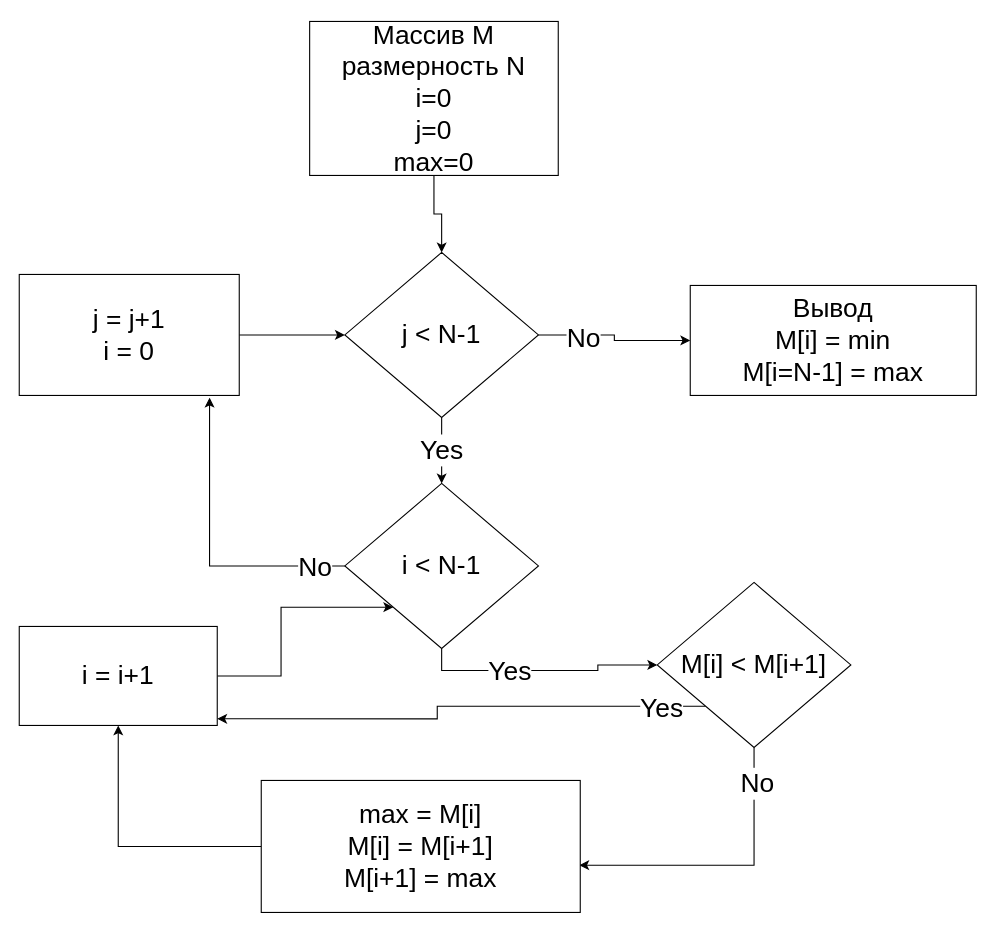
Lego944/GB keeps this draw.io diagram as Задание 1. Мин Макс массива.drawio. Above is the earlier version. Source tidied: cells renumbered, new cells numbered last; positions are measured from the earlier drawing's top-left corner, leaving out a move shared by most shapes. Both pictures are drawn from the tidied source at 110%, with x=0, y=0 at pixel (19, 21).
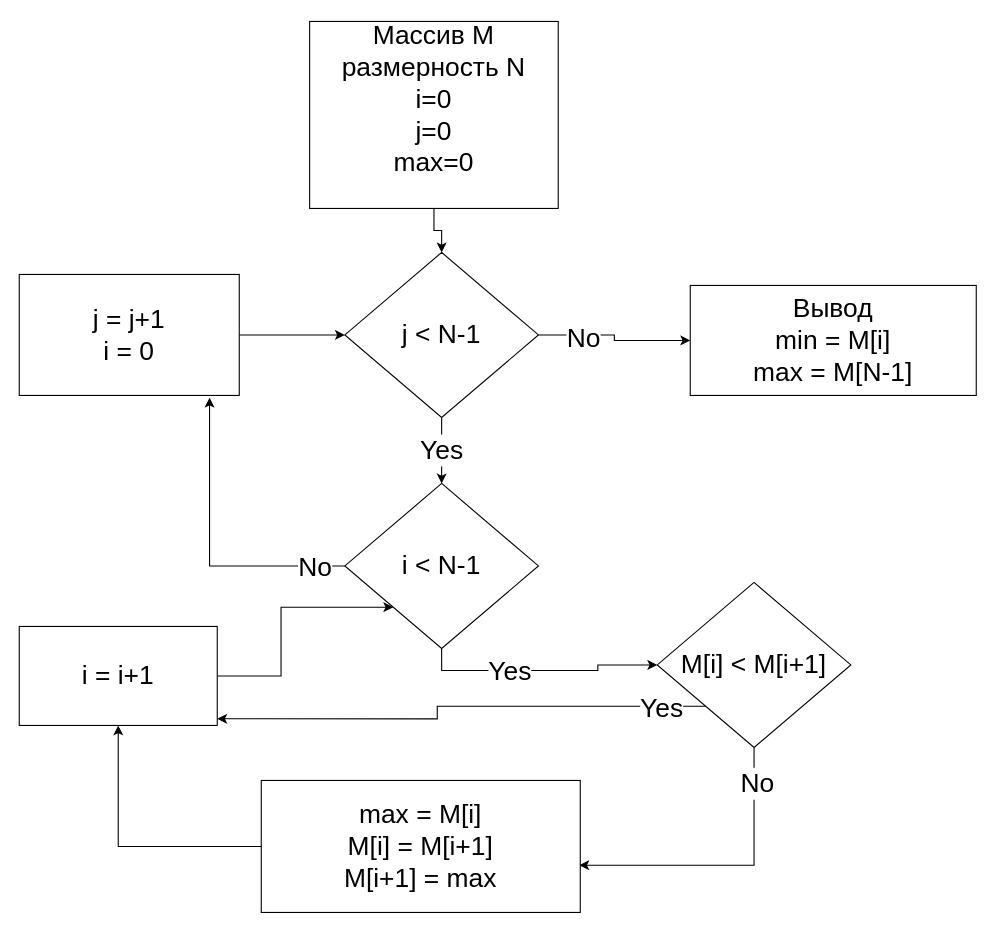
Above is the later version.

Diff of the diagram source:
```diff
@@
-    <mxCell id="3" value="&lt;font style=&quot;font-size: 24px;&quot;&gt;Массив M&lt;br&gt;размерность N&lt;br&gt;i=0&lt;br&gt;j=0&lt;br&gt;max=0&lt;br&gt;&lt;/font&gt;" style="rounded=0;whiteSpace=wrap;html=1;" parent="1" vertex="1">
-      <mxGeometry x="264" width="226" height="140" as="geometry" />
+    <mxCell id="3" value="&lt;font style=&quot;font-size: 24px;&quot;&gt;Массив M&lt;br&gt;размерность N&lt;br&gt;i=0&lt;br&gt;j=0&lt;br&gt;max=0&lt;br&gt;&lt;br&gt;&lt;/font&gt;" style="rounded=0;whiteSpace=wrap;html=1;" parent="1" vertex="1">
+      <mxGeometry x="264" width="226" height="170" as="geometry" />
     </mxCell>
@@
-    <mxCell id="8" value="Вывод&lt;br&gt;M[i] = min&lt;br&gt;M[i=N-1] = max" style="rounded=0;whiteSpace=wrap;html=1;fontSize=24;" parent="1" vertex="1">
+    <mxCell id="8" value="Вывод&lt;br&gt;min = M[i]&lt;br&gt;max = M[N-1]" style="rounded=0;whiteSpace=wrap;html=1;fontSize=24;" parent="1" vertex="1">
       <mxGeometry x="610" y="240" width="260" height="100" as="geometry" />
     </mxCell>
```
